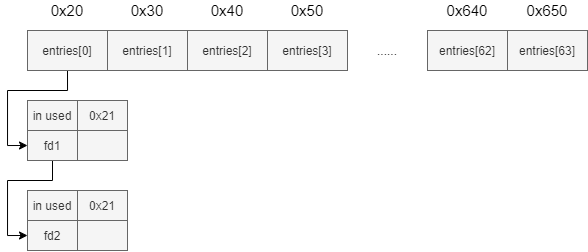
This is CTF_pic/tcache.png from kokifish/pictures, a draw.io export, as it was before one commit. Source tidied: cells renumbered, new cells last; positions are measured from the earlier drawing's top-left corner, leaving out a move shared by most shapes. Source of this version:
```xml
<mxGraphModel>
  <root>
    <mxCell id="0" />
    <mxCell id="1" parent="0" />
    <mxCell id="2" style="edgeStyle=orthogonalEdgeStyle;rounded=0;jettySize=auto;html=1;exitX=0.5;exitY=1;exitDx=0;exitDy=0;entryX=0;entryY=0.5;entryDx=0;entryDy=0;" parent="1" edge="1" source="3" target="18">
      <mxGeometry relative="1" as="geometry">
        <Array as="points">
          <mxPoint x="60" y="90" />
          <mxPoint y="90" />
          <mxPoint y="145" />
        </Array>
      </mxGeometry>
    </mxCell>
    <mxCell id="3" value="entries[0]" style="rounded=0;whiteSpace=wrap;html=1;fillColor=#f5f5f5;strokeColor=#666666;fontColor=#333333;" parent="1" vertex="1">
      <mxGeometry x="20" y="30" width="80" height="40" as="geometry" />
    </mxCell>
    <mxCell id="4" value="&lt;span&gt;entries[63]&lt;/span&gt;" style="rounded=0;whiteSpace=wrap;html=1;fillColor=#f5f5f5;strokeColor=#666666;fontColor=#333333;" parent="1" vertex="1">
      <mxGeometry x="500" y="30" width="80" height="40" as="geometry" />
    </mxCell>
    <mxCell id="5" value="&lt;span&gt;entries[62]&lt;/span&gt;" style="rounded=0;whiteSpace=wrap;html=1;fillColor=#f5f5f5;strokeColor=#666666;fontColor=#333333;" parent="1" vertex="1">
      <mxGeometry x="420" y="30" width="80" height="40" as="geometry" />
    </mxCell>
    <mxCell id="6" value="&lt;span&gt;entries[3]&lt;/span&gt;" style="rounded=0;whiteSpace=wrap;html=1;fillColor=#f5f5f5;strokeColor=#666666;fontColor=#333333;" parent="1" vertex="1">
      <mxGeometry x="260" y="30" width="80" height="40" as="geometry" />
    </mxCell>
    <mxCell id="7" value="&lt;span&gt;entries[2]&lt;/span&gt;" style="rounded=0;whiteSpace=wrap;html=1;fillColor=#f5f5f5;strokeColor=#666666;fontColor=#333333;" parent="1" vertex="1">
      <mxGeometry x="180" y="30" width="80" height="40" as="geometry" />
    </mxCell>
    <mxCell id="8" value="&lt;span&gt;entries[1]&lt;/span&gt;" style="rounded=0;whiteSpace=wrap;html=1;fillColor=#f5f5f5;strokeColor=#666666;fontColor=#333333;" parent="1" vertex="1">
      <mxGeometry x="100" y="30" width="80" height="40" as="geometry" />
    </mxCell>
    <mxCell id="9" value="&lt;font style=&quot;font-size: 15px&quot;&gt;0x20&lt;/font&gt;" style="text;html=1;strokeColor=none;fillColor=none;align=center;verticalAlign=middle;whiteSpace=wrap;rounded=0;" parent="1" vertex="1">
      <mxGeometry x="40" width="40" height="20" as="geometry" />
    </mxCell>
    <mxCell id="10" value="&lt;font style=&quot;font-size: 15px&quot;&gt;0x30&lt;/font&gt;" style="text;html=1;strokeColor=none;fillColor=none;align=center;verticalAlign=middle;whiteSpace=wrap;rounded=0;" parent="1" vertex="1">
      <mxGeometry x="120" width="40" height="20" as="geometry" />
    </mxCell>
    <mxCell id="11" value="&lt;font style=&quot;font-size: 15px&quot;&gt;0x40&lt;/font&gt;" style="text;html=1;strokeColor=none;fillColor=none;align=center;verticalAlign=middle;whiteSpace=wrap;rounded=0;" parent="1" vertex="1">
      <mxGeometry x="200" width="40" height="20" as="geometry" />
    </mxCell>
    <mxCell id="12" value="&lt;font style=&quot;font-size: 15px&quot;&gt;0x50&lt;/font&gt;" style="text;html=1;strokeColor=none;fillColor=none;align=center;verticalAlign=middle;whiteSpace=wrap;rounded=0;" parent="1" vertex="1">
      <mxGeometry x="280" width="40" height="20" as="geometry" />
    </mxCell>
    <mxCell id="13" value="&lt;font style=&quot;font-size: 15px&quot;&gt;0x640&lt;/font&gt;" style="text;html=1;strokeColor=none;fillColor=none;align=center;verticalAlign=middle;whiteSpace=wrap;rounded=0;" parent="1" vertex="1">
      <mxGeometry x="440" width="40" height="20" as="geometry" />
    </mxCell>
    <mxCell id="14" value="&lt;font style=&quot;font-size: 15px&quot;&gt;0x650&lt;/font&gt;" style="text;html=1;strokeColor=none;fillColor=none;align=center;verticalAlign=middle;whiteSpace=wrap;rounded=0;" parent="1" vertex="1">
      <mxGeometry x="520" width="40" height="20" as="geometry" />
    </mxCell>
    <mxCell id="15" value="in used" style="rounded=0;whiteSpace=wrap;html=1;fillColor=#f5f5f5;strokeColor=#666666;fontColor=#333333;" parent="1" vertex="1">
      <mxGeometry x="20" y="100" width="50" height="30" as="geometry" />
    </mxCell>
    <mxCell id="16" value="0x21" style="rounded=0;whiteSpace=wrap;html=1;fillColor=#f5f5f5;strokeColor=#666666;fontColor=#333333;" parent="1" vertex="1">
      <mxGeometry x="70" y="100" width="50" height="30" as="geometry" />
    </mxCell>
    <mxCell id="17" style="edgeStyle=orthogonalEdgeStyle;rounded=0;jettySize=auto;html=1;exitX=0.5;exitY=1;exitDx=0;exitDy=0;entryX=0;entryY=0.5;entryDx=0;entryDy=0;" parent="1" edge="1" source="18" target="22">
      <mxGeometry relative="1" as="geometry">
        <Array as="points">
          <mxPoint x="45" y="180" />
          <mxPoint y="180" />
          <mxPoint y="235" />
        </Array>
      </mxGeometry>
    </mxCell>
    <mxCell id="18" value="fd1" style="rounded=0;whiteSpace=wrap;html=1;fillColor=#f5f5f5;strokeColor=#666666;fontColor=#333333;" parent="1" vertex="1">
      <mxGeometry x="20" y="130" width="50" height="30" as="geometry" />
    </mxCell>
    <mxCell id="19" style="rounded=0;whiteSpace=wrap;html=1;fillColor=#f5f5f5;strokeColor=#666666;fontColor=#333333;" parent="1" vertex="1">
      <mxGeometry x="70" y="130" width="50" height="30" as="geometry" />
    </mxCell>
    <mxCell id="20" value="in used" style="rounded=0;whiteSpace=wrap;html=1;fillColor=#f5f5f5;strokeColor=#666666;fontColor=#333333;" parent="1" vertex="1">
      <mxGeometry x="20" y="190" width="50" height="30" as="geometry" />
    </mxCell>
    <mxCell id="21" value="0x21" style="rounded=0;whiteSpace=wrap;html=1;fillColor=#f5f5f5;strokeColor=#666666;fontColor=#333333;" parent="1" vertex="1">
      <mxGeometry x="70" y="190" width="50" height="30" as="geometry" />
    </mxCell>
    <mxCell id="22" value="fd2" style="rounded=0;whiteSpace=wrap;html=1;fillColor=#f5f5f5;strokeColor=#666666;fontColor=#333333;" parent="1" vertex="1">
      <mxGeometry x="20" y="220" width="50" height="30" as="geometry" />
    </mxCell>
    <mxCell id="23" style="rounded=0;whiteSpace=wrap;html=1;fillColor=#f5f5f5;strokeColor=#666666;fontColor=#333333;" parent="1" vertex="1">
      <mxGeometry x="70" y="220" width="50" height="30" as="geometry" />
    </mxCell>
    <mxCell id="24" value="......" style="text;html=1;strokeColor=none;fillColor=none;align=center;verticalAlign=middle;whiteSpace=wrap;rounded=0;" parent="1" vertex="1">
      <mxGeometry x="360" y="40" width="40" height="20" as="geometry" />
    </mxCell>
  </root>
</mxGraphModel>
```
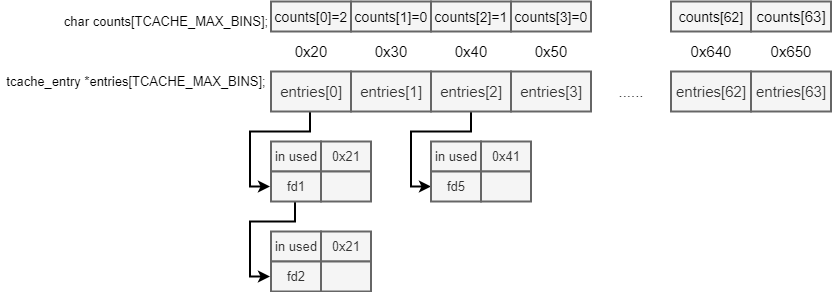
After the commit.

Diff of the diagram source:
```diff
@@ -2,86 +2,135 @@
   <root>
     <mxCell id="0" />
     <mxCell id="1" parent="0" />
-    <mxCell id="2" style="edgeStyle=orthogonalEdgeStyle;rounded=0;jettySize=auto;html=1;exitX=0.5;exitY=1;exitDx=0;exitDy=0;entryX=0;entryY=0.5;entryDx=0;entryDy=0;" parent="1" edge="1" source="3" target="18">
+    <mxCell id="2" style="edgeStyle=orthogonalEdgeStyle;rounded=0;orthogonalLoop=1;jettySize=auto;html=1;exitX=0.5;exitY=1;exitDx=0;exitDy=0;entryX=0;entryY=0.5;entryDx=0;entryDy=0;fontSize=13;spacing=2;strokeWidth=2;" parent="1" edge="1">
       <mxGeometry relative="1" as="geometry">
+        <mxPoint x="59" y="70" as="sourcePoint" />
+        <mxPoint x="19" y="145" as="targetPoint" />
         <Array as="points">
-          <mxPoint x="60" y="90" />
-          <mxPoint y="90" />
-          <mxPoint y="145" />
+          <mxPoint x="59" y="90" />
+          <mxPoint x="-1" y="90" />
+          <mxPoint x="-1" y="145" />
         </Array>
       </mxGeometry>
     </mxCell>
-    <mxCell id="3" value="entries[0]" style="rounded=0;whiteSpace=wrap;html=1;fillColor=#f5f5f5;strokeColor=#666666;fontColor=#333333;" parent="1" vertex="1">
+    <mxCell id="3" value="entries[0]" style="rounded=0;whiteSpace=wrap;html=1;fillColor=#f5f5f5;strokeColor=#666666;fontColor=#333333;fontSize=15;strokeWidth=2;" parent="1" vertex="1">
       <mxGeometry x="20" y="30" width="80" height="40" as="geometry" />
     </mxCell>
-    <mxCell id="4" value="&lt;span&gt;entries[63]&lt;/span&gt;" style="rounded=0;whiteSpace=wrap;html=1;fillColor=#f5f5f5;strokeColor=#666666;fontColor=#333333;" parent="1" vertex="1">
+    <mxCell id="4" value="&lt;span style=&quot;font-size: 15px;&quot;&gt;entries[63]&lt;/span&gt;" style="rounded=0;whiteSpace=wrap;html=1;fillColor=#f5f5f5;strokeColor=#666666;fontColor=#333333;fontSize=15;strokeWidth=2;" parent="1" vertex="1">
       <mxGeometry x="500" y="30" width="80" height="40" as="geometry" />
     </mxCell>
-    <mxCell id="5" value="&lt;span&gt;entries[62]&lt;/span&gt;" style="rounded=0;whiteSpace=wrap;html=1;fillColor=#f5f5f5;strokeColor=#666666;fontColor=#333333;" parent="1" vertex="1">
+    <mxCell id="5" value="&lt;span style=&quot;font-size: 15px;&quot;&gt;entries[62]&lt;/span&gt;" style="rounded=0;whiteSpace=wrap;html=1;fillColor=#f5f5f5;strokeColor=#666666;fontColor=#333333;fontSize=15;strokeWidth=2;" parent="1" vertex="1">
       <mxGeometry x="420" y="30" width="80" height="40" as="geometry" />
     </mxCell>
-    <mxCell id="6" value="&lt;span&gt;entries[3]&lt;/span&gt;" style="rounded=0;whiteSpace=wrap;html=1;fillColor=#f5f5f5;strokeColor=#666666;fontColor=#333333;" parent="1" vertex="1">
+    <mxCell id="6" value="&lt;span style=&quot;font-size: 15px;&quot;&gt;entries[3]&lt;/span&gt;" style="rounded=0;whiteSpace=wrap;html=1;fillColor=#f5f5f5;strokeColor=#666666;fontColor=#333333;fontSize=15;strokeWidth=2;" parent="1" vertex="1">
       <mxGeometry x="260" y="30" width="80" height="40" as="geometry" />
     </mxCell>
+    <mxCell id="25" style="edgeStyle=orthogonalEdgeStyle;rounded=0;jettySize=auto;html=1;exitX=0.5;exitY=1;exitDx=0;exitDy=0;entryX=0;entryY=0.5;entryDx=0;entryDy=0;fontSize=15;strokeWidth=2;" parent="1" edge="1" source="7" target="36">
+      <mxGeometry relative="1" as="geometry">
+        <Array as="points">
+          <mxPoint x="220" y="90" />
+          <mxPoint x="160" y="90" />
+          <mxPoint x="160" y="145" />
+        </Array>
+      </mxGeometry>
+    </mxCell>
-    <mxCell id="7" value="&lt;span&gt;entries[2]&lt;/span&gt;" style="rounded=0;whiteSpace=wrap;html=1;fillColor=#f5f5f5;strokeColor=#666666;fontColor=#333333;" parent="1" vertex="1">
+    <mxCell id="7" value="&lt;span style=&quot;font-size: 15px;&quot;&gt;entries[2]&lt;/span&gt;" style="rounded=0;whiteSpace=wrap;html=1;fillColor=#f5f5f5;strokeColor=#666666;fontColor=#333333;fontSize=15;strokeWidth=2;" parent="1" vertex="1">
       <mxGeometry x="180" y="30" width="80" height="40" as="geometry" />
     </mxCell>
-    <mxCell id="8" value="&lt;span&gt;entries[1]&lt;/span&gt;" style="rounded=0;whiteSpace=wrap;html=1;fillColor=#f5f5f5;strokeColor=#666666;fontColor=#333333;" parent="1" vertex="1">
+    <mxCell id="8" value="&lt;span style=&quot;font-size: 15px;&quot;&gt;entries[1]&lt;/span&gt;" style="rounded=0;whiteSpace=wrap;html=1;fillColor=#f5f5f5;strokeColor=#666666;fontColor=#333333;fontSize=15;strokeWidth=2;" parent="1" vertex="1">
       <mxGeometry x="100" y="30" width="80" height="40" as="geometry" />
     </mxCell>
-    <mxCell id="9" value="&lt;font style=&quot;font-size: 15px&quot;&gt;0x20&lt;/font&gt;" style="text;html=1;strokeColor=none;fillColor=none;align=center;verticalAlign=middle;whiteSpace=wrap;rounded=0;" parent="1" vertex="1">
+    <mxCell id="9" value="&lt;font style=&quot;font-size: 15px;&quot;&gt;0x20&lt;/font&gt;" style="text;html=1;strokeColor=none;fillColor=none;align=center;verticalAlign=middle;whiteSpace=wrap;rounded=0;fontSize=15;strokeWidth=2;" parent="1" vertex="1">
       <mxGeometry x="40" width="40" height="20" as="geometry" />
     </mxCell>
-    <mxCell id="10" value="&lt;font style=&quot;font-size: 15px&quot;&gt;0x30&lt;/font&gt;" style="text;html=1;strokeColor=none;fillColor=none;align=center;verticalAlign=middle;whiteSpace=wrap;rounded=0;" parent="1" vertex="1">
+    <mxCell id="10" value="&lt;font style=&quot;font-size: 15px;&quot;&gt;0x30&lt;/font&gt;" style="text;html=1;strokeColor=none;fillColor=none;align=center;verticalAlign=middle;whiteSpace=wrap;rounded=0;fontSize=15;strokeWidth=2;" parent="1" vertex="1">
       <mxGeometry x="120" width="40" height="20" as="geometry" />
     </mxCell>
-    <mxCell id="11" value="&lt;font style=&quot;font-size: 15px&quot;&gt;0x40&lt;/font&gt;" style="text;html=1;strokeColor=none;fillColor=none;align=center;verticalAlign=middle;whiteSpace=wrap;rounded=0;" parent="1" vertex="1">
+    <mxCell id="11" value="&lt;font style=&quot;font-size: 15px;&quot;&gt;0x40&lt;/font&gt;" style="text;html=1;strokeColor=none;fillColor=none;align=center;verticalAlign=middle;whiteSpace=wrap;rounded=0;fontSize=15;strokeWidth=2;" parent="1" vertex="1">
       <mxGeometry x="200" width="40" height="20" as="geometry" />
     </mxCell>
-    <mxCell id="12" value="&lt;font style=&quot;font-size: 15px&quot;&gt;0x50&lt;/font&gt;" style="text;html=1;strokeColor=none;fillColor=none;align=center;verticalAlign=middle;whiteSpace=wrap;rounded=0;" parent="1" vertex="1">
+    <mxCell id="12" value="&lt;font style=&quot;font-size: 15px;&quot;&gt;0x50&lt;/font&gt;" style="text;html=1;strokeColor=none;fillColor=none;align=center;verticalAlign=middle;whiteSpace=wrap;rounded=0;fontSize=15;strokeWidth=2;" parent="1" vertex="1">
       <mxGeometry x="280" width="40" height="20" as="geometry" />
     </mxCell>
-    <mxCell id="13" value="&lt;font style=&quot;font-size: 15px&quot;&gt;0x640&lt;/font&gt;" style="text;html=1;strokeColor=none;fillColor=none;align=center;verticalAlign=middle;whiteSpace=wrap;rounded=0;" parent="1" vertex="1">
+    <mxCell id="13" value="&lt;font style=&quot;font-size: 15px;&quot;&gt;0x640&lt;/font&gt;" style="text;html=1;strokeColor=none;fillColor=none;align=center;verticalAlign=middle;whiteSpace=wrap;rounded=0;fontSize=15;strokeWidth=2;" parent="1" vertex="1">
       <mxGeometry x="440" width="40" height="20" as="geometry" />
     </mxCell>
-    <mxCell id="14" value="&lt;font style=&quot;font-size: 15px&quot;&gt;0x650&lt;/font&gt;" style="text;html=1;strokeColor=none;fillColor=none;align=center;verticalAlign=middle;whiteSpace=wrap;rounded=0;" parent="1" vertex="1">
+    <mxCell id="14" value="&lt;font style=&quot;font-size: 15px;&quot;&gt;0x650&lt;/font&gt;" style="text;html=1;strokeColor=none;fillColor=none;align=center;verticalAlign=middle;whiteSpace=wrap;rounded=0;fontSize=15;strokeWidth=2;" parent="1" vertex="1">
       <mxGeometry x="520" width="40" height="20" as="geometry" />
     </mxCell>
-    <mxCell id="15" value="in used" style="rounded=0;whiteSpace=wrap;html=1;fillColor=#f5f5f5;strokeColor=#666666;fontColor=#333333;" parent="1" vertex="1">
+    <mxCell id="15" value="in used" style="rounded=0;whiteSpace=wrap;html=1;fillColor=#f5f5f5;strokeColor=#666666;fontColor=#333333;fontSize=13;strokeWidth=2;" parent="1" vertex="1">
       <mxGeometry x="20" y="100" width="50" height="30" as="geometry" />
     </mxCell>
-    <mxCell id="16" value="0x21" style="rounded=0;whiteSpace=wrap;html=1;fillColor=#f5f5f5;strokeColor=#666666;fontColor=#333333;" parent="1" vertex="1">
+    <mxCell id="16" value="0x21" style="rounded=0;whiteSpace=wrap;html=1;fillColor=#f5f5f5;strokeColor=#666666;fontColor=#333333;fontSize=13;strokeWidth=2;" parent="1" vertex="1">
       <mxGeometry x="70" y="100" width="50" height="30" as="geometry" />
     </mxCell>
-    <mxCell id="17" style="edgeStyle=orthogonalEdgeStyle;rounded=0;jettySize=auto;html=1;exitX=0.5;exitY=1;exitDx=0;exitDy=0;entryX=0;entryY=0.5;entryDx=0;entryDy=0;" parent="1" edge="1" source="18" target="22">
+    <mxCell id="17" style="edgeStyle=orthogonalEdgeStyle;rounded=0;orthogonalLoop=1;jettySize=auto;html=1;exitX=0.5;exitY=1;exitDx=0;exitDy=0;entryX=0;entryY=0.5;entryDx=0;entryDy=0;fontSize=13;spacing=2;strokeWidth=2;" parent="1" edge="1">
       <mxGeometry relative="1" as="geometry">
+        <mxPoint x="44" y="160" as="sourcePoint" />
+        <mxPoint x="19" y="235" as="targetPoint" />
         <Array as="points">
-          <mxPoint x="45" y="180" />
-          <mxPoint y="180" />
-          <mxPoint y="235" />
+          <mxPoint x="44" y="180" />
+          <mxPoint x="-1" y="180" />
+          <mxPoint x="-1" y="235" />
         </Array>
       </mxGeometry>
     </mxCell>
-    <mxCell id="18" value="fd1" style="rounded=0;whiteSpace=wrap;html=1;fillColor=#f5f5f5;strokeColor=#666666;fontColor=#333333;" parent="1" vertex="1">
+    <mxCell id="18" value="fd1" style="rounded=0;whiteSpace=wrap;html=1;fillColor=#f5f5f5;strokeColor=#666666;fontColor=#333333;fontSize=13;strokeWidth=2;" parent="1" vertex="1">
       <mxGeometry x="20" y="130" width="50" height="30" as="geometry" />
     </mxCell>
-    <mxCell id="19" style="rounded=0;whiteSpace=wrap;html=1;fillColor=#f5f5f5;strokeColor=#666666;fontColor=#333333;" parent="1" vertex="1">
+    <mxCell id="19" style="rounded=0;whiteSpace=wrap;html=1;fillColor=#f5f5f5;strokeColor=#666666;fontColor=#333333;fontSize=13;strokeWidth=2;" parent="1" vertex="1">
       <mxGeometry x="70" y="130" width="50" height="30" as="geometry" />
     </mxCell>
-    <mxCell id="20" value="in used" style="rounded=0;whiteSpace=wrap;html=1;fillColor=#f5f5f5;strokeColor=#666666;fontColor=#333333;" parent="1" vertex="1">
+    <mxCell id="20" value="in used" style="rounded=0;whiteSpace=wrap;html=1;fillColor=#f5f5f5;strokeColor=#666666;fontColor=#333333;fontSize=13;strokeWidth=2;" parent="1" vertex="1">
       <mxGeometry x="20" y="190" width="50" height="30" as="geometry" />
     </mxCell>
-    <mxCell id="21" value="0x21" style="rounded=0;whiteSpace=wrap;html=1;fillColor=#f5f5f5;strokeColor=#666666;fontColor=#333333;" parent="1" vertex="1">
+    <mxCell id="21" value="0x21" style="rounded=0;whiteSpace=wrap;html=1;fillColor=#f5f5f5;strokeColor=#666666;fontColor=#333333;fontSize=13;strokeWidth=2;" parent="1" vertex="1">
       <mxGeometry x="70" y="190" width="50" height="30" as="geometry" />
     </mxCell>
-    <mxCell id="22" value="fd2" style="rounded=0;whiteSpace=wrap;html=1;fillColor=#f5f5f5;strokeColor=#666666;fontColor=#333333;" parent="1" vertex="1">
+    <mxCell id="22" value="fd2" style="rounded=0;whiteSpace=wrap;html=1;fillColor=#f5f5f5;strokeColor=#666666;fontColor=#333333;fontSize=13;strokeWidth=2;" parent="1" vertex="1">
       <mxGeometry x="20" y="220" width="50" height="30" as="geometry" />
     </mxCell>
-    <mxCell id="23" style="rounded=0;whiteSpace=wrap;html=1;fillColor=#f5f5f5;strokeColor=#666666;fontColor=#333333;" parent="1" vertex="1">
+    <mxCell id="23" style="rounded=0;whiteSpace=wrap;html=1;fillColor=#f5f5f5;strokeColor=#666666;fontColor=#333333;fontSize=13;strokeWidth=2;" parent="1" vertex="1">
       <mxGeometry x="70" y="220" width="50" height="30" as="geometry" />
     </mxCell>
-    <mxCell id="24" value="......" style="text;html=1;strokeColor=none;fillColor=none;align=center;verticalAlign=middle;whiteSpace=wrap;rounded=0;" parent="1" vertex="1">
+    <mxCell id="24" value="......" style="text;html=1;strokeColor=none;fillColor=none;align=center;verticalAlign=middle;whiteSpace=wrap;rounded=0;fontSize=15;strokeWidth=2;" parent="1" vertex="1">
       <mxGeometry x="360" y="40" width="40" height="20" as="geometry" />
     </mxCell>
+    <mxCell id="26" value="&lt;font color=&quot;#000000&quot; style=&quot;font-size: 14px;&quot;&gt;&lt;span style=&quot;font-family: helvetica; font-size: 14px;&quot;&gt;counts[0]=&lt;/span&gt;2&lt;/font&gt;" style="rounded=0;whiteSpace=wrap;html=1;fillColor=#f5f5f5;strokeColor=#666666;fontColor=#333333;fontSize=14;strokeWidth=2;" parent="1" vertex="1">
+      <mxGeometry x="20" y="-40" width="80" height="30" as="geometry" />
+    </mxCell>
+    <mxCell id="27" value="tcache_entry *entries[TCACHE_MAX_BINS];" style="text;html=1;strokeColor=none;fillColor=none;align=center;verticalAlign=middle;whiteSpace=wrap;rounded=0;fontSize=13;strokeWidth=2;" parent="1" vertex="1">
+      <mxGeometry x="-250" y="30" width="270" height="20" as="geometry" />
+    </mxCell>
+    <mxCell id="28" value="char counts[TCACHE_MAX_BINS];" style="text;html=1;strokeColor=none;fillColor=none;align=center;verticalAlign=middle;whiteSpace=wrap;rounded=0;fontSize=13;strokeWidth=2;" parent="1" vertex="1">
+      <mxGeometry x="-190" y="-30" width="210" height="20" as="geometry" />
+    </mxCell>
+    <mxCell id="29" value="&lt;font color=&quot;#000000&quot; style=&quot;font-size: 14px;&quot;&gt;&lt;span style=&quot;font-family: helvetica; font-size: 14px;&quot;&gt;counts[1]=&lt;/span&gt;&lt;span style=&quot;font-size: 14px;&quot;&gt;0&lt;/span&gt;&lt;/font&gt;" style="rounded=0;whiteSpace=wrap;html=1;fillColor=#f5f5f5;strokeColor=#666666;fontColor=#333333;fontSize=14;strokeWidth=2;" parent="1" vertex="1">
+      <mxGeometry x="100" y="-40" width="80" height="30" as="geometry" />
+    </mxCell>
+    <mxCell id="30" value="&lt;font color=&quot;#000000&quot; style=&quot;font-size: 14px;&quot;&gt;&lt;span style=&quot;font-family: helvetica; font-size: 14px;&quot;&gt;counts[2]=&lt;/span&gt;&lt;span style=&quot;font-size: 14px;&quot;&gt;1&lt;/span&gt;&lt;/font&gt;" style="rounded=0;whiteSpace=wrap;html=1;fillColor=#f5f5f5;strokeColor=#666666;fontColor=#333333;fontSize=14;strokeWidth=2;" parent="1" vertex="1">
+      <mxGeometry x="180" y="-40" width="80" height="30" as="geometry" />
+    </mxCell>
+    <mxCell id="31" value="&lt;font color=&quot;#000000&quot; style=&quot;font-size: 14px;&quot;&gt;&lt;span style=&quot;font-family: helvetica; font-size: 14px;&quot;&gt;counts[3]=&lt;/span&gt;&lt;span style=&quot;font-size: 14px;&quot;&gt;0&lt;/span&gt;&lt;/font&gt;" style="rounded=0;whiteSpace=wrap;html=1;fillColor=#f5f5f5;strokeColor=#666666;fontColor=#333333;fontSize=14;strokeWidth=2;" parent="1" vertex="1">
+      <mxGeometry x="260" y="-40" width="80" height="30" as="geometry" />
+    </mxCell>
+    <mxCell id="32" value="&lt;span style=&quot;font-family: &amp;#34;helvetica&amp;#34;&quot;&gt;&lt;font color=&quot;#000000&quot; style=&quot;font-size: 14px&quot;&gt;counts[62]&lt;/font&gt;&lt;/span&gt;" style="rounded=0;whiteSpace=wrap;html=1;fillColor=#f5f5f5;strokeColor=#666666;fontColor=#333333;fontSize=15;strokeWidth=2;" parent="1" vertex="1">
+      <mxGeometry x="420" y="-40" width="80" height="30" as="geometry" />
+    </mxCell>
+    <mxCell id="33" value="&lt;span style=&quot;font-family: &amp;#34;helvetica&amp;#34;&quot;&gt;&lt;font color=&quot;#000000&quot;&gt;counts[63]&lt;/font&gt;&lt;/span&gt;" style="rounded=0;whiteSpace=wrap;html=1;fillColor=#f5f5f5;strokeColor=#666666;fontColor=#333333;fontSize=15;strokeWidth=2;" parent="1" vertex="1">
+      <mxGeometry x="500" y="-40" width="80" height="30" as="geometry" />
+    </mxCell>
+    <mxCell id="34" value="in used" style="rounded=0;whiteSpace=wrap;html=1;fillColor=#f5f5f5;strokeColor=#666666;fontColor=#333333;fontSize=13;strokeWidth=2;" parent="1" vertex="1">
+      <mxGeometry x="180" y="100" width="50" height="30" as="geometry" />
+    </mxCell>
+    <mxCell id="35" value="0x41" style="rounded=0;whiteSpace=wrap;html=1;fillColor=#f5f5f5;strokeColor=#666666;fontColor=#333333;fontSize=13;strokeWidth=2;" parent="1" vertex="1">
+      <mxGeometry x="230" y="100" width="50" height="30" as="geometry" />
+    </mxCell>
+    <mxCell id="36" value="fd5" style="rounded=0;whiteSpace=wrap;html=1;fillColor=#f5f5f5;strokeColor=#666666;fontColor=#333333;fontSize=13;strokeWidth=2;" parent="1" vertex="1">
+      <mxGeometry x="180" y="130" width="50" height="30" as="geometry" />
+    </mxCell>
+    <mxCell id="37" style="rounded=0;whiteSpace=wrap;html=1;fillColor=#f5f5f5;strokeColor=#666666;fontColor=#333333;fontSize=13;strokeWidth=2;" parent="1" vertex="1">
+      <mxGeometry x="230" y="130" width="50" height="30" as="geometry" />
+    </mxCell>
   </root>
 </mxGraphModel>
```
